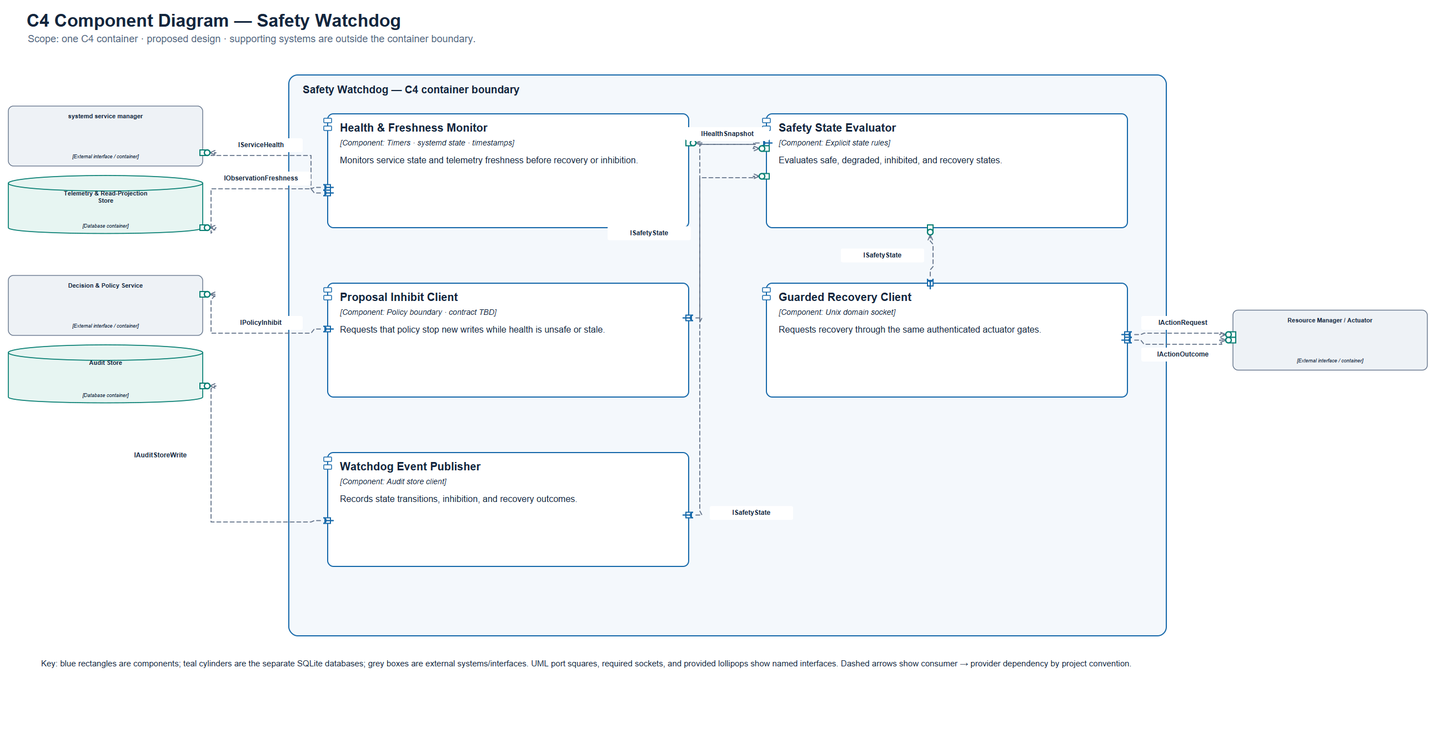
Above: documentation/architecture/c4/09_c4_safety_watchdog_components.png in Ammar-M-Eid/AIOS (PlantUML), before the change. Its source is kept beside it as documentation/architecture/c4/09_c4_safety_watchdog_components.puml.
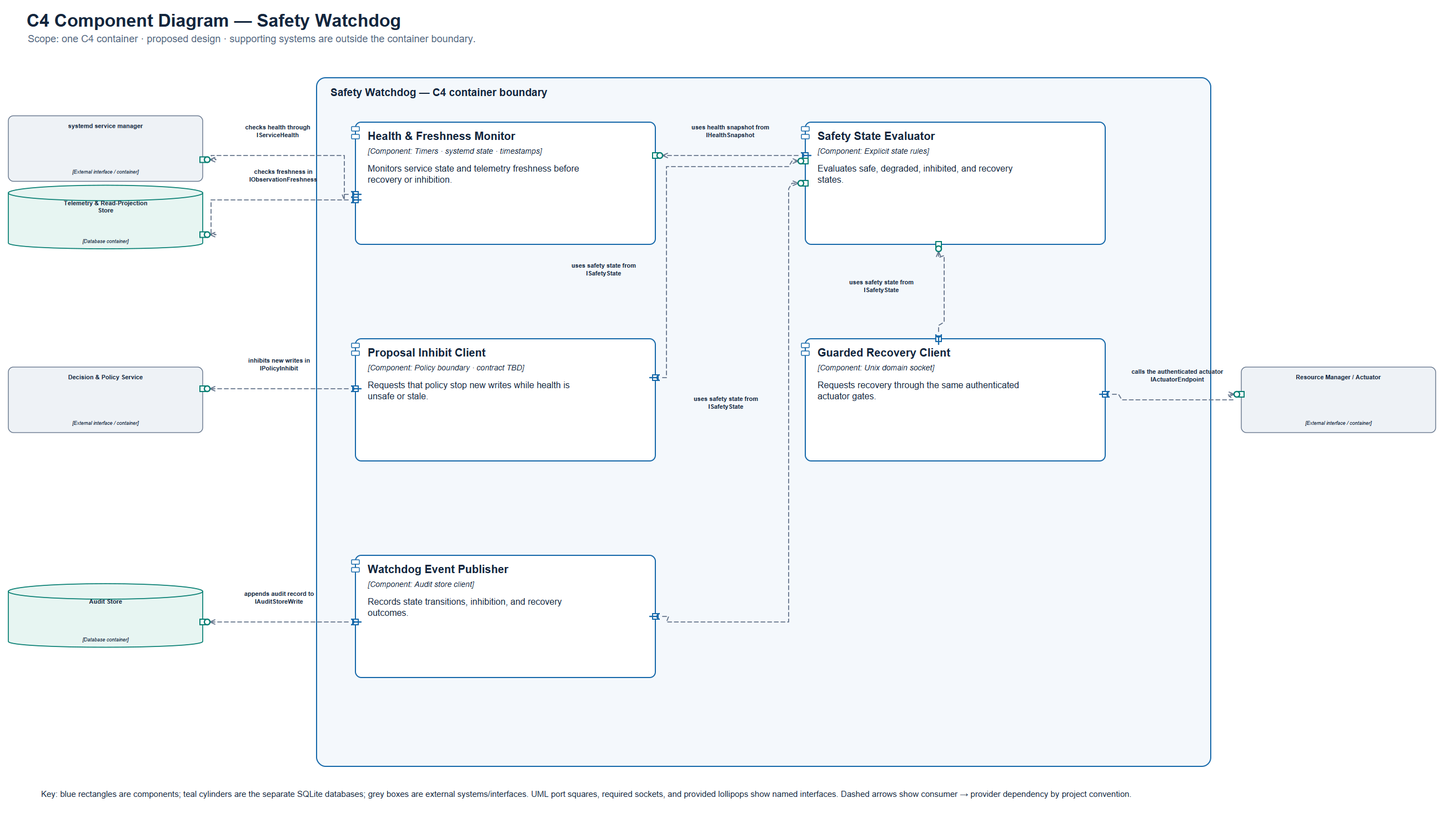
After the commit.

Diff of the diagram source:
```diff
@@ -16,16 +16,15 @@
 ContainerDb_Ext(S3, "Audit Store", "SQLite · separate local database", "Proposed persistent data store outside this scoped container")
 Container_Ext(S4, "systemd service manager", "Supporting service", "Directly connected container outside the scope")
 ContainerDb_Ext(S5, "Telemetry & Read-Projection Store", "SQLite · separate local database", "Proposed persistent data store outside this scoped container")
-Rel(C2, C1, "IHealthSnapshot", "Named local interface", $tags="dashed")
-Rel(C3, C2, "ISafetyState", "Named local interface", $tags="dashed")
-Rel(C4, C2, "ISafetyState", "Named local interface", $tags="dashed")
-Rel(C3, S1, "IPolicyInhibit", "Named local interface", $tags="dashed")
-Rel(C4, S2, "IActionRequest", "Named local interface", $tags="dashed")
-Rel(C4, S2, "IActionOutcome", "Named local interface", $tags="dashed")
-Rel(C5, C2, "ISafetyState", "Named local interface", $tags="dashed")
-Rel(C5, S3, "IAuditStoreWrite", "Named local interface", $tags="dashed")
-Rel(C1, S4, "IServiceHealth", "Named local interface", $tags="dashed")
-Rel(C1, S5, "IObservationFreshness", "Named local interface", $tags="dashed")
+Rel(C2, C1, "uses health snapshot from", "IHealthSnapshot", $tags="dashed")
+Rel(C3, C2, "uses safety state from", "ISafetyState", $tags="dashed")
+Rel(C4, C2, "uses safety state from", "ISafetyState", $tags="dashed")
+Rel(C3, S1, "inhibits new writes in", "IPolicyInhibit", $tags="dashed")
+Rel(C4, S2, "calls the authenticated actuator", "IActuatorEndpoint", $tags="dashed")
+Rel(C5, C2, "uses safety state from", "ISafetyState", $tags="dashed")
+Rel(C5, S3, "appends audit record to", "IAuditStoreWrite", $tags="dashed")
+Rel(C1, S4, "checks health through", "IServiceHealth", $tags="dashed")
+Rel(C1, S5, "checks freshness in", "IObservationFreshness", $tags="dashed")
 note bottom
 This editable source uses C4 element and relationship macros. The synchronized SVG/PDF/PNG/JPG rendering adds the requested UML1 component tabs, square ports, required sockets, and provided lollipops. Dashed dependency arrows are the project convention.
 end note
```
